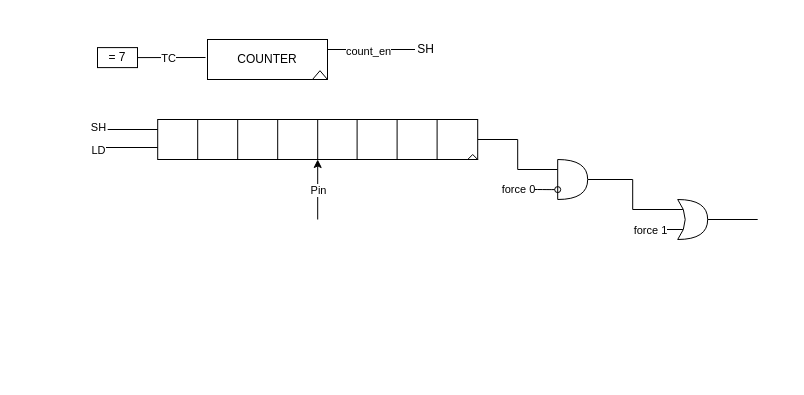
This is labsRR/UART/report/draw_io/transmitter.drawio from wackozz/SDI_20_21, a draw.io file, before an edit. Source tidied: cells renumbered, new cells numbered last; positions are measured from the earlier drawing's top-left corner, leaving out a move shared by most shapes. Both pictures are drawn from the tidied source at 100%, with x=0, y=0 at pixel (97, 39).
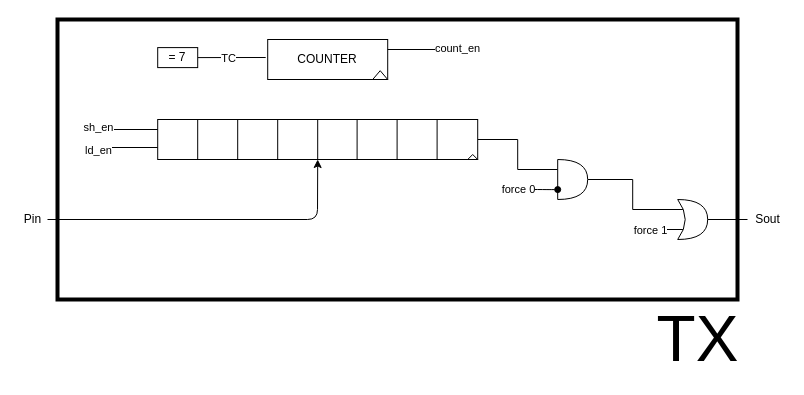
The same diagram, later.

The change refers to these unchanged cells:
```xml
<mxCell id="26" style="endArrow=none;html=1;entryX=0;entryY=0.25;entryDx=0;entryDy=0;" parent="1" edge="1" target="3">
  <mxGeometry relative="1" as="geometry">
    <mxPoint x="10.2" y="90" as="sourcePoint" />
  </mxGeometry>
</mxCell>
<mxCell id="28" style="endArrow=none;html=1;" parent="1" edge="1">
  <mxGeometry relative="1" as="geometry">
    <mxPoint x="0.2" y="108" as="sourcePoint" />
    <mxPoint x="60.2" y="108" as="targetPoint" />
  </mxGeometry>
</mxCell>
```

What changed in the source:
```diff
@@
-    <mxCell id="12" style="endArrow=classic;html=1;" parent="1" edge="1">
+    <mxCell id="12" style="endArrow=classic;html=1;" parent="1" edge="1" source="13">
       <mxGeometry relative="1" as="geometry">
-        <mxPoint x="220.2" y="180" as="sourcePoint" />
         <mxPoint x="220.2" y="120" as="targetPoint" />
+        <Array as="points">
+          <mxPoint x="220" y="180" />
+        </Array>
       </mxGeometry>
     </mxCell>
-    <mxCell id="13" value="Pin" style="edgeLabel;html=1;align=center;verticalAlign=middle;points=[];" parent="12" vertex="1">
-      <mxGeometry x="-0.26" y="1" relative="1" as="geometry">
-        <mxPoint x="1" y="-7.6" as="offset" />
-      </mxGeometry>
-    </mxCell>
@@
-    <mxCell id="17" style="endArrow=oval;html=1;endFill=0;" parent="1" edge="1">
+    <mxCell id="17" style="endArrow=oval;html=1;endFill=1;" parent="1" edge="1">
       <mxGeometry relative="1" as="geometry">
         <mxPoint x="424.2" y="149.9" as="sourcePoint" />
         <mxPoint x="460.2" y="150.1" as="targetPoint" />
         <Array as="points">
           <mxPoint x="450.2" y="150.1" />
         </Array>
       </mxGeometry>
     </mxCell>
@@
-    <mxCell id="21" style="endArrow=none;html=1;endFill=0;" parent="1" edge="1">
+    <mxCell id="21" style="endArrow=none;html=1;endFill=0;" parent="1" edge="1" target="34">
       <mxGeometry relative="1" as="geometry">
         <mxPoint x="610.2" y="180" as="sourcePoint" />
-        <mxPoint x="660.2" y="180" as="targetPoint" />
       </mxGeometry>
     </mxCell>
     <mxCell id="22" value="COUNTER" style="rounded=0;whiteSpace=wrap;html=1;" parent="1" vertex="1">
-      <mxGeometry x="110" width="120" height="40" as="geometry" />
+      <mxGeometry x="170.2" width="120" height="40" as="geometry" />
     </mxCell>
     <mxCell id="23" style="edgeStyle=orthogonalEdgeStyle;rounded=0;jettySize=auto;html=1;exitX=1;exitY=0.25;exitDx=0;exitDy=0;endArrow=none;endFill=0;" parent="1" edge="1" source="22">
       <mxGeometry relative="1" as="geometry">
-        <mxPoint x="317.5" y="10" as="targetPoint" />
+        <mxPoint x="348.2" y="10" as="targetPoint" />
         <Array as="points">
-          <mxPoint x="287.5" y="10" />
+          <mxPoint x="347.7" y="10" />
         </Array>
       </mxGeometry>
     </mxCell>
     <mxCell id="24" value="count_en" style="edgeLabel;html=1;align=center;verticalAlign=middle;" parent="23" vertex="1">
       <mxGeometry x="-0.3" y="-1" relative="1" as="geometry">
-        <mxPoint x="9.1" as="offset" />
+        <mxPoint x="49" y="-2.9" as="offset" />
       </mxGeometry>
     </mxCell>
-    <mxCell id="25" value="SH" style="text;html=1;align=center;verticalAlign=middle;" parent="1" vertex="1">
-      <mxGeometry x="312.5" width="30" height="20" as="geometry" />
-    </mxCell>
@@
-    <mxCell id="27" value="SH" style="edgeLabel;html=1;align=center;verticalAlign=middle;" parent="26" vertex="1">
+    <mxCell id="27" value="sh_en" style="edgeLabel;html=1;align=center;verticalAlign=middle;" parent="26" vertex="1">
       <mxGeometry x="0.16" y="3" relative="1" as="geometry">
         <mxPoint x="-39.1" as="offset" />
       </mxGeometry>
     </mxCell>
@@
-    <mxCell id="29" value="LD" style="edgeLabel;html=1;align=center;verticalAlign=middle;" parent="28" vertex="1">
+    <mxCell id="29" value="ld_en" style="edgeLabel;html=1;align=center;verticalAlign=middle;" parent="28" vertex="1">
       <mxGeometry x="-0.46" y="-2" relative="1" as="geometry">
-        <mxPoint x="-16" as="offset" />
+        <mxPoint x="-16.2" as="offset" />
       </mxGeometry>
     </mxCell>
     <mxCell id="30" style="endArrow=none;html=1;exitX=1;exitY=0.5;exitDx=0;exitDy=0;" parent="1" edge="1" source="32">
       <mxGeometry relative="1" as="geometry">
-        <mxPoint x="108" y="18" as="targetPoint" />
+        <mxPoint x="168.2" y="18" as="targetPoint" />
       </mxGeometry>
     </mxCell>
@@
     <mxCell id="32" value="= 7" style="rounded=0;whiteSpace=wrap;html=1;" parent="1" vertex="1">
-      <mxGeometry y="8.1" width="40" height="20" as="geometry" />
+      <mxGeometry x="60.2" y="8.1" width="40" height="20" as="geometry" />
     </mxCell>
     <mxCell id="33" style="triangle;whiteSpace=wrap;html=1;rotation=-90;" parent="1" vertex="1">
-      <mxGeometry x="218.1" y="28.1" width="8.8" height="15" as="geometry" />
+      <mxGeometry x="278.3" y="28.1" width="8.8" height="15" as="geometry" />
     </mxCell>
+    <mxCell id="34" value="Sout" style="text;html=1;align=center;verticalAlign=middle;points=[];" parent="1" vertex="1">
+      <mxGeometry x="650" y="170" width="40" height="20" as="geometry" />
+    </mxCell>
+    <mxCell id="35" style="rounded=0;whiteSpace=wrap;html=1;glass=0;sketch=0;strokeWidth=4;fillColor=none;" parent="1" vertex="1">
+      <mxGeometry x="-40" y="-20" width="680" height="280" as="geometry" />
+    </mxCell>
+    <mxCell id="13" value="Pin" style="text;html=1;align=center;verticalAlign=middle;points=[];" parent="1" vertex="1">
+      <mxGeometry x="-80" y="170" width="30" height="20" as="geometry" />
+    </mxCell>
+    <mxCell id="36" value="&lt;font style=&quot;font-size: 64px&quot;&gt;TX&lt;/font&gt;" style="text;html=1;align=center;verticalAlign=middle;" parent="1" vertex="1">
+      <mxGeometry x="550" y="280" width="100" height="40" as="geometry" />
+    </mxCell>
```
